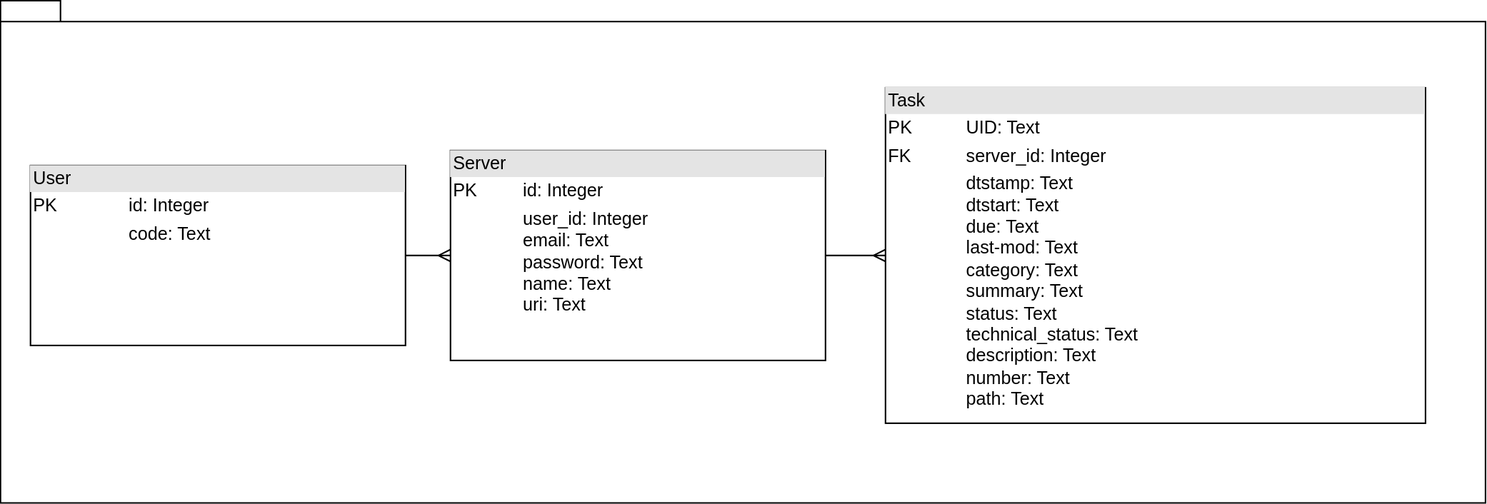
Before: Documentation/DatabaseScheme/Images/db_scheme.svg, a diagram exported from draw.io (SUAI-TaskPlanner-Contest/TaskPlanner). Source tidied: cells renumbered, new cells last; positions are measured from the earlier drawing's top-left corner, leaving out a move shared by most shapes.
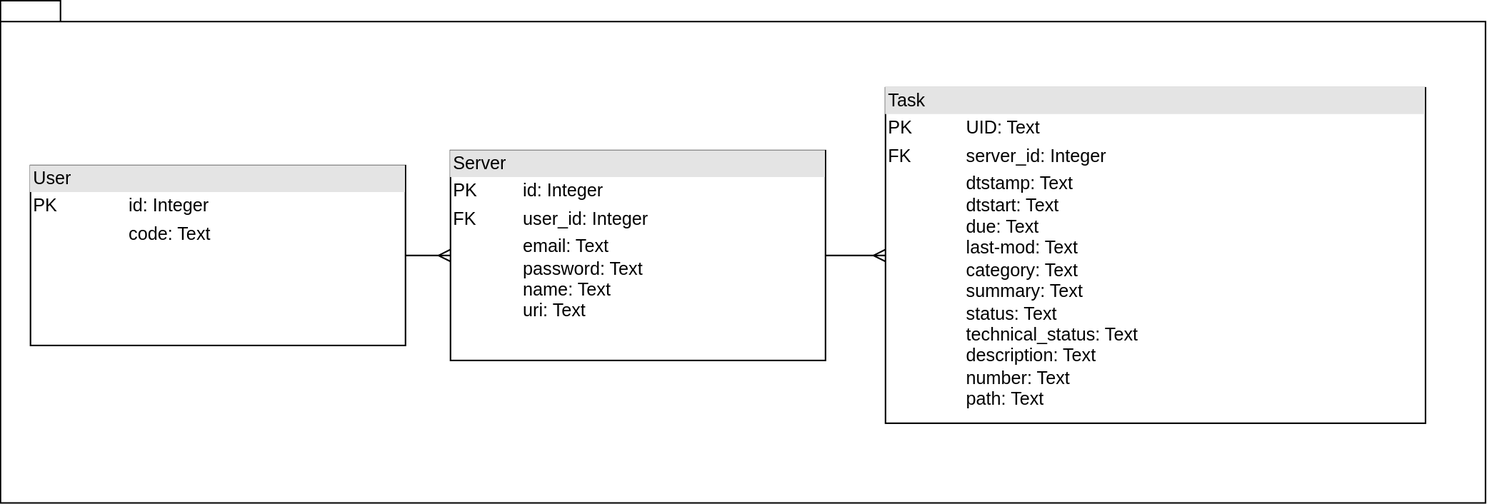
Above is the later version.

Commit message:
update database scheme

What changed in the source:
```diff
@@ -5,7 +5,7 @@
     <mxCell id="2" style="shape=folder;fontStyle=1;spacingTop=10;tabWidth=40;tabHeight=14;tabPosition=left;html=1;" parent="1" vertex="1">
       <mxGeometry width="990" height="335" as="geometry" />
     </mxCell>
-    <mxCell id="3" value="&lt;div style=&quot;box-sizing:border-box;width:100%;background:#e4e4e4;padding:2px;&quot;&gt;Server&lt;/div&gt;&lt;table style=&quot;width:100%;font-size:1em;&quot; cellpadding=&quot;2&quot; cellspacing=&quot;0&quot;&gt;&lt;tbody&gt;&lt;tr&gt;&lt;td&gt;PK&lt;/td&gt;&lt;td&gt;id: Integer&lt;/td&gt;&lt;/tr&gt;&lt;tr&gt;&lt;td&gt;&lt;/td&gt;&lt;td&gt;user_id: Integer&lt;br&gt;email: Text&lt;br style=&quot;border-color: var(--border-color);&quot;&gt;password: Text&lt;br style=&quot;border-color: var(--border-color);&quot;&gt;name: Text&lt;br style=&quot;border-color: var(--border-color);&quot;&gt;uri: Text&lt;br&gt;&lt;/td&gt;&lt;/tr&gt;&lt;tr&gt;&lt;td&gt;&lt;br&gt;&lt;/td&gt;&lt;td&gt;&lt;br&gt;&lt;/td&gt;&lt;/tr&gt;&lt;/tbody&gt;&lt;/table&gt;" style="verticalAlign=top;align=left;overflow=fill;html=1;" parent="1" vertex="1">
+    <mxCell id="3" value="&lt;div style=&quot;box-sizing:border-box;width:100%;background:#e4e4e4;padding:2px;&quot;&gt;Server&lt;/div&gt;&lt;table style=&quot;width:100%;font-size:1em;&quot; cellpadding=&quot;2&quot; cellspacing=&quot;0&quot;&gt;&lt;tbody&gt;&lt;tr&gt;&lt;td&gt;PK&lt;/td&gt;&lt;td&gt;id: Integer&lt;/td&gt;&lt;/tr&gt;&lt;tr&gt;&lt;td&gt;FK&lt;/td&gt;&lt;td&gt;user_id: Integer&lt;br&gt;&lt;/td&gt;&lt;/tr&gt;&lt;tr&gt;&lt;td&gt;&lt;br&gt;&lt;/td&gt;&lt;td&gt;email: Text&lt;br style=&quot;border-color: var(--border-color);&quot;&gt;&lt;span style=&quot;border-color: var(--border-color);&quot;&gt;password: Text&lt;/span&gt;&lt;br style=&quot;border-color: var(--border-color);&quot;&gt;&lt;span style=&quot;border-color: var(--border-color);&quot;&gt;name: Text&lt;/span&gt;&lt;br style=&quot;border-color: var(--border-color);&quot;&gt;&lt;span style=&quot;border-color: var(--border-color);&quot;&gt;uri: Text&lt;/span&gt;&lt;br&gt;&lt;/td&gt;&lt;/tr&gt;&lt;/tbody&gt;&lt;/table&gt;" style="verticalAlign=top;align=left;overflow=fill;html=1;" parent="1" vertex="1">
       <mxGeometry x="300" y="100" width="250" height="140" as="geometry" />
     </mxCell>
     <mxCell id="4" style="edgeStyle=entityRelationEdgeStyle;fontSize=12;html=1;endArrow=ERmany;rounded=0;exitX=1;exitY=0.5;exitDx=0;exitDy=0;entryX=0;entryY=0.5;entryDx=0;entryDy=0;" parent="1" edge="1" source="3" target="5">
```
